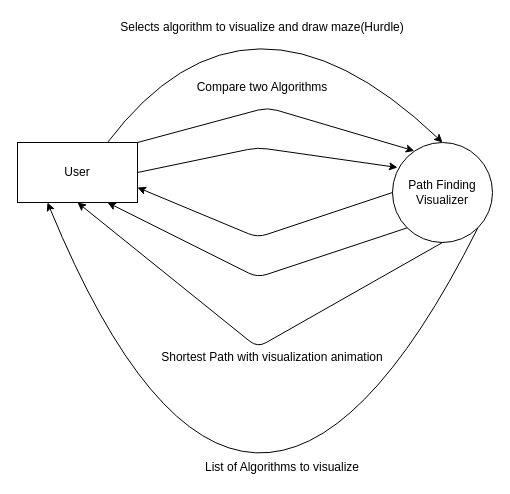
The draw.io diagram Untitled Diagram.drawio in babbar01/projectSoftware, before the edit. Source tidied: cells renumbered, new cells numbered last; positions are measured from the earlier drawing's top-left corner, leaving out a move shared by most shapes. Both pictures are drawn from the tidied source at 100%, with x=0, y=0 at pixel (17, -43).
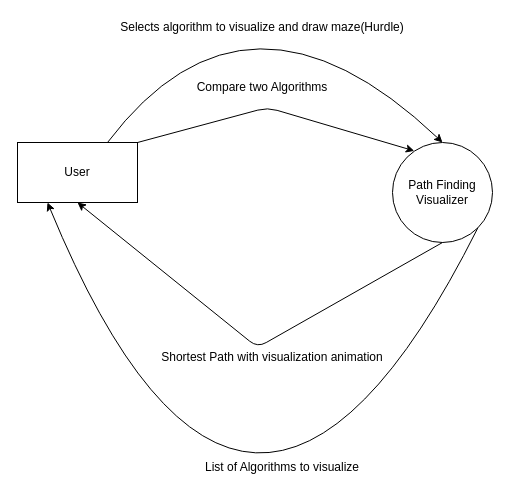
The same page after the edit.

Unchanged cells that the change refers to:
```xml
<mxCell id="2" style="ellipse;whiteSpace=wrap;html=1;" parent="1" vertex="1">
  <mxGeometry x="375" y="185" width="100" height="100" as="geometry" />
</mxCell>
<mxCell id="3" style="rounded=0;whiteSpace=wrap;html=1;" parent="1" vertex="1">
  <mxGeometry y="185" width="120" height="60" as="geometry" />
</mxCell>
```

The edit, as a diff of the source:
```diff
@@
-    <mxCell id="6" style="endArrow=classic;html=1;exitX=1;exitY=0.5;exitDx=0;exitDy=0;entryX=0.05;entryY=0.25;entryDx=0;entryDy=0;entryPerimeter=0;" parent="1" edge="1" source="3" target="2">
-      <mxGeometry relative="1" as="geometry">
-        <Array as="points">
-          <mxPoint x="240" y="190" />
-        </Array>
-      </mxGeometry>
-    </mxCell>
@@
-    <mxCell id="8" style="endArrow=classic;html=1;entryX=1;entryY=0.75;entryDx=0;entryDy=0;exitX=0;exitY=0.5;exitDx=0;exitDy=0;" parent="1" edge="1" source="2" target="3">
-      <mxGeometry relative="1" as="geometry">
-        <Array as="points">
-          <mxPoint x="240" y="280" />
-        </Array>
-      </mxGeometry>
-    </mxCell>
-    <mxCell id="9" style="endArrow=classic;html=1;entryX=0.75;entryY=1;entryDx=0;entryDy=0;exitX=0;exitY=1;exitDx=0;exitDy=0;" parent="1" edge="1" source="2" target="3">
-      <mxGeometry relative="1" as="geometry">
-        <Array as="points">
-          <mxPoint x="240" y="320" />
-        </Array>
-      </mxGeometry>
-    </mxCell>
```
